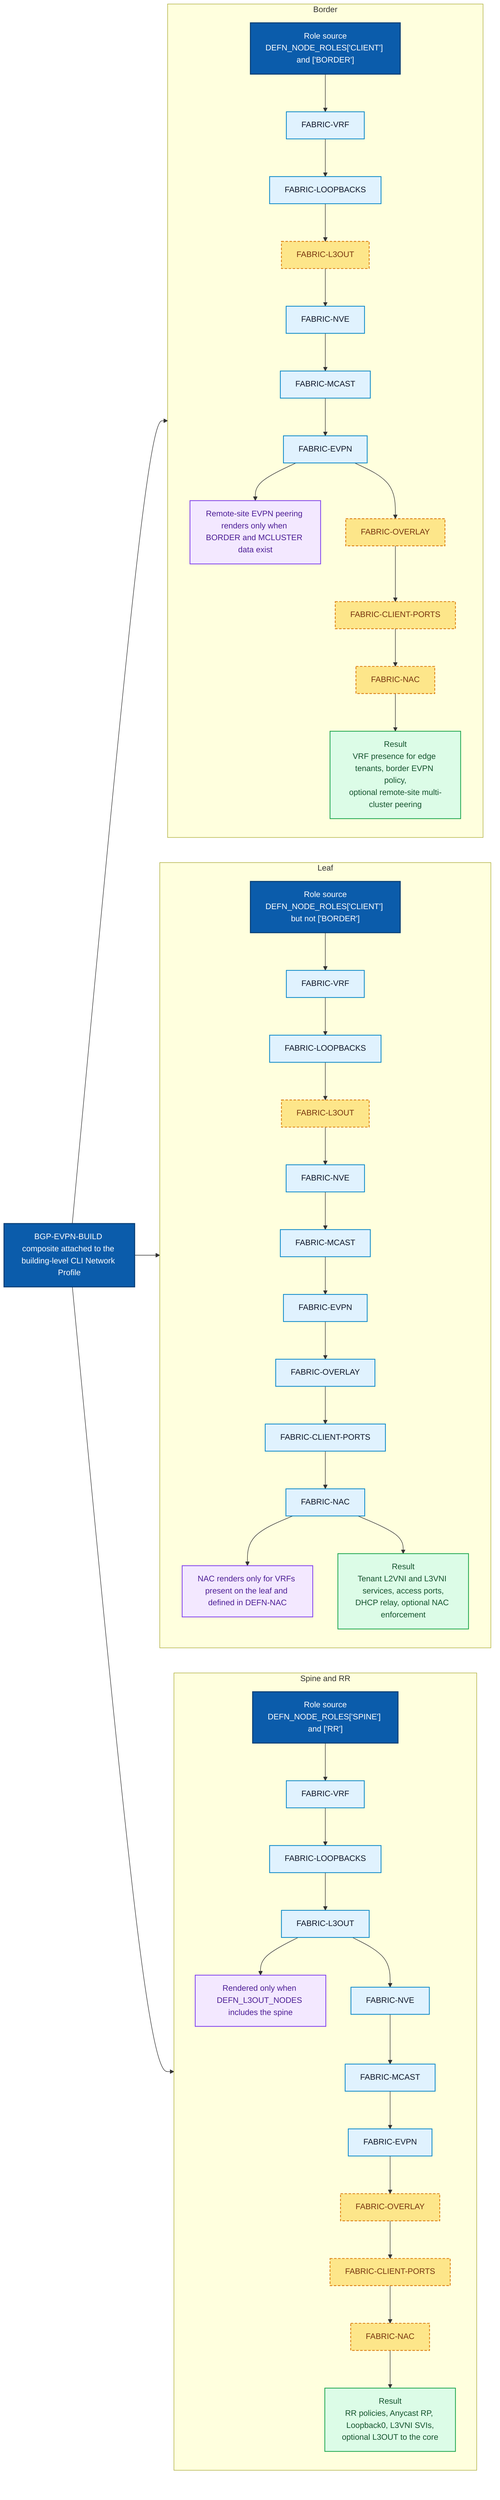
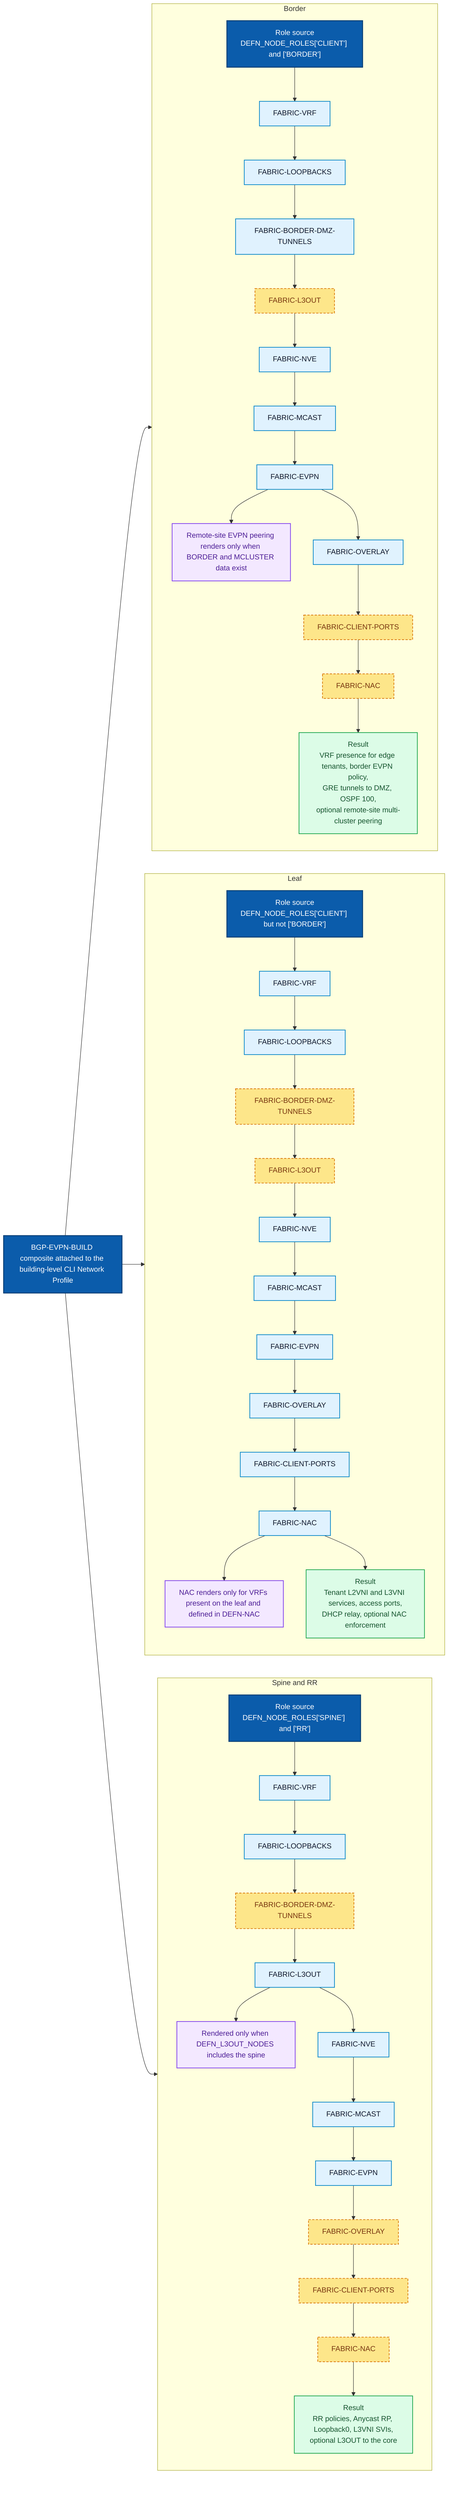
flowchart LR
  classDef role fill:#0B5CAB,color:#FFFFFF,stroke:#083E75,stroke-width:2px;
  classDef fabric fill:#E0F2FE,color:#0F172A,stroke:#0284C7,stroke-width:1.5px;
  classDef rendered fill:#DCFCE7,color:#14532D,stroke:#16A34A,stroke-width:1.5px;
  classDef skipped fill:#FDE68A,color:#78350F,stroke:#D97706,stroke-width:1.5px,stroke-dasharray: 5 3;
  classDef optional fill:#F3E8FF,color:#4C1D95,stroke:#7C3AED,stroke-width:1.5px;

  top["BGP-EVPN-BUILD composite attached to the building-level CLI Network Profile"]:::role

  subgraph spineRole["Spine and RR"]
    direction TB
    spine["Role source\nDEFN_NODE_ROLES['SPINE'] and ['RR']"]:::role
    spine1["FABRIC-VRF"]:::fabric
    spine2["FABRIC-LOOPBACKS"]:::fabric
+     spine2a["FABRIC-BORDER-DMZ-TUNNELS"]:::skipped
    spine3["FABRIC-L3OUT"]:::fabric
    spine4["FABRIC-NVE"]:::fabric
    spine5["FABRIC-MCAST"]:::fabric
    spine6["FABRIC-EVPN"]:::fabric
    spine7["FABRIC-OVERLAY"]:::skipped
    spine8["FABRIC-CLIENT-PORTS"]:::skipped
    spine9["FABRIC-NAC"]:::skipped
    spineOut["Result\nRR policies, Anycast RP, Loopback0, L3VNI SVIs,\noptional L3OUT to the core"]:::rendered
    spine3 --> spineOpt["Rendered only when DEFN_L3OUT_NODES includes the spine"]:::optional
  end

  subgraph leafRole["Leaf"]
    direction TB
    leaf["Role source\nDEFN_NODE_ROLES['CLIENT'] but not ['BORDER']"]:::role
    leaf1["FABRIC-VRF"]:::fabric
    leaf2["FABRIC-LOOPBACKS"]:::fabric
+     leaf2a["FABRIC-BORDER-DMZ-TUNNELS"]:::skipped
    leaf3["FABRIC-L3OUT"]:::skipped
    leaf4["FABRIC-NVE"]:::fabric
    leaf5["FABRIC-MCAST"]:::fabric
    leaf6["FABRIC-EVPN"]:::fabric
    leaf7["FABRIC-OVERLAY"]:::fabric
    leaf8["FABRIC-CLIENT-PORTS"]:::fabric
    leaf9["FABRIC-NAC"]:::fabric
    leafOut["Result\nTenant L2VNI and L3VNI services, access ports,\nDHCP relay, optional NAC enforcement"]:::rendered
    leaf9 --> leafOpt["NAC renders only for VRFs present on the leaf and defined in DEFN-NAC"]:::optional
  end

  subgraph borderRole["Border"]
    direction TB
    border["Role source\nDEFN_NODE_ROLES['CLIENT'] and ['BORDER']"]:::role
    border1["FABRIC-VRF"]:::fabric
    border2["FABRIC-LOOPBACKS"]:::fabric
+     border2a["FABRIC-BORDER-DMZ-TUNNELS"]:::fabric
    border3["FABRIC-L3OUT"]:::skipped
    border4["FABRIC-NVE"]:::fabric
    border5["FABRIC-MCAST"]:::fabric
    border6["FABRIC-EVPN"]:::fabric
-     border7["FABRIC-OVERLAY"]:::skipped
+     border7["FABRIC-OVERLAY"]:::fabric
    border8["FABRIC-CLIENT-PORTS"]:::skipped
    border9["FABRIC-NAC"]:::skipped
-     borderOut["Result\nVRF presence for edge tenants, border EVPN policy,\noptional remote-site multi-cluster peering"]:::rendered
+     borderOut["Result\nVRF presence for edge tenants, border EVPN policy,\nGRE tunnels to DMZ, OSPF 100,\noptional remote-site multi-cluster peering"]:::rendered
    border6 --> borderOpt["Remote-site EVPN peering renders only when BORDER and MCLUSTER data exist"]:::optional
  end

  top --> spine
  top --> leaf
  top --> border

-   spine --> spine1 --> spine2 --> spine3 --> spine4 --> spine5 --> spine6 --> spine7 --> spine8 --> spine9 --> spineOut
-   leaf --> leaf1 --> leaf2 --> leaf3 --> leaf4 --> leaf5 --> leaf6 --> leaf7 --> leaf8 --> leaf9 --> leafOut
-   border --> border1 --> border2 --> border3 --> border4 --> border5 --> border6 --> border7 --> border8 --> border9 --> borderOut+   spine --> spine1 --> spine2 --> spine2a --> spine3 --> spine4 --> spine5 --> spine6 --> spine7 --> spine8 --> spine9 --> spineOut
+   leaf --> leaf1 --> leaf2 --> leaf2a --> leaf3 --> leaf4 --> leaf5 --> leaf6 --> leaf7 --> leaf8 --> leaf9 --> leafOut
+   border --> border1 --> border2 --> border2a --> border3 --> border4 --> border5 --> border6 --> border7 --> border8 --> border9 --> borderOut